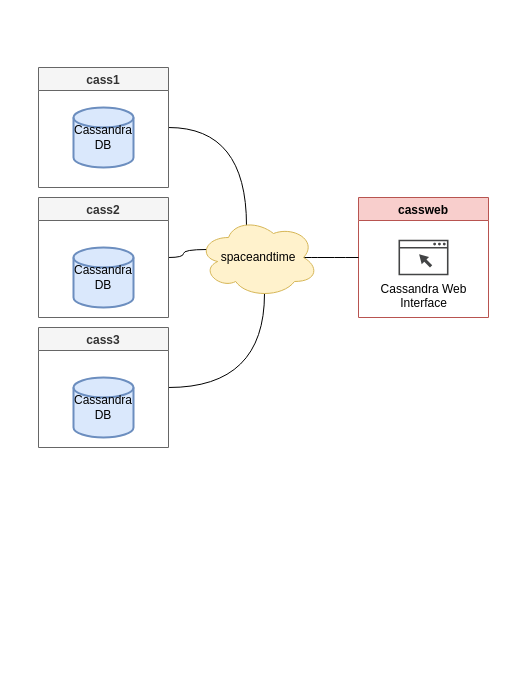
Miracle-Fruit/kikeriki keeps this draw.io diagram as architecture.drawio. Above is the earlier version. Source tidied: cells renumbered, new cells numbered last; positions are measured from the earlier drawing's top-left corner, leaving out a move shared by most shapes. Both pictures are drawn from the tidied source at 100%, with x=0, y=0 at pixel (38, 67).
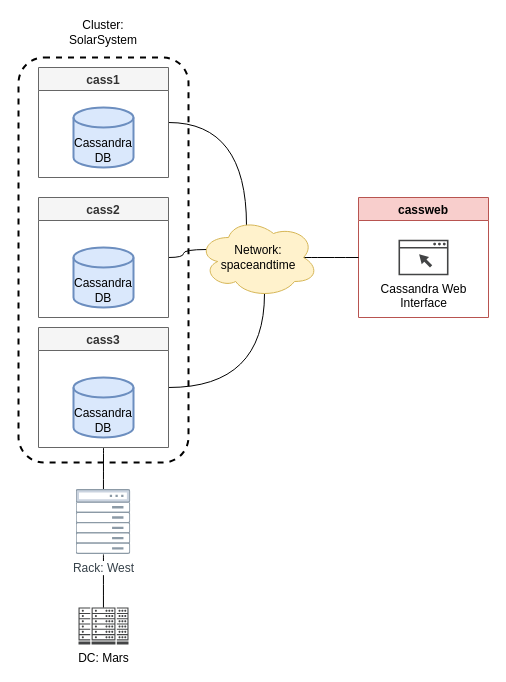
The same diagram, later.

The change refers to these unchanged cells:
```xml
<mxCell id="6" value="cass2" style="swimlane;fillColor=#f5f5f5;fontColor=#333333;strokeColor=#666666;" parent="1" vertex="1">
  <mxGeometry y="130" width="130" height="120" as="geometry" />
</mxCell>
<mxCell id="9" value="cass3" style="swimlane;fillColor=#f5f5f5;fontColor=#333333;strokeColor=#666666;" parent="1" vertex="1">
  <mxGeometry y="260" width="130" height="120" as="geometry" />
</mxCell>
```

What changed in the source:
```diff
@@
     <mxCell id="3" value="cass1" style="swimlane;fillColor=#f5f5f5;fontColor=#333333;strokeColor=#666666;" parent="1" vertex="1">
-      <mxGeometry width="130" height="120" as="geometry" />
+      <mxGeometry width="130" height="110" as="geometry" />
     </mxCell>
+    <mxCell id="15" style="rounded=1;whiteSpace=wrap;html=1;fillColor=none;glass=0;shadow=0;sketch=0;strokeWidth=2;dashed=1;" parent="3" vertex="1">
+      <mxGeometry x="-20" y="-10" width="170" height="405" as="geometry" />
+    </mxCell>
-    <mxCell id="4" value="Cassandra&lt;br&gt;DB" style="strokeWidth=2;html=1;shape=mxgraph.flowchart.database;whiteSpace=wrap;fillColor=#dae8fc;strokeColor=#6c8ebf;" parent="3" vertex="1">
+    <mxCell id="4" value="Cassandra&lt;br&gt;DB" style="strokeWidth=2;html=1;shape=mxgraph.flowchart.database;whiteSpace=wrap;fillColor=#dae8fc;strokeColor=#6c8ebf;verticalAlign=bottom;" parent="3" vertex="1">
       <mxGeometry x="35" y="40" width="60" height="60" as="geometry" />
     </mxCell>
@@
-    <mxCell id="7" value="Cassandra&lt;br&gt;DB" style="strokeWidth=2;html=1;shape=mxgraph.flowchart.database;whiteSpace=wrap;fillColor=#dae8fc;strokeColor=#6c8ebf;" parent="6" vertex="1">
+    <mxCell id="7" value="Cassandra&lt;br&gt;DB" style="strokeWidth=2;html=1;shape=mxgraph.flowchart.database;whiteSpace=wrap;fillColor=#dae8fc;strokeColor=#6c8ebf;verticalAlign=bottom;" parent="6" vertex="1">
       <mxGeometry x="35" y="50" width="60" height="60" as="geometry" />
     </mxCell>
@@
+    <mxCell id="16" style="edgeStyle=orthogonalEdgeStyle;curved=1;html=1;exitX=0.5;exitY=1;exitDx=0;exitDy=0;entryX=0.5;entryY=0;entryDx=0;entryDy=0;startArrow=none;startFill=0;endArrow=none;endFill=0;" parent="1" edge="1" source="9" target="19">
+      <mxGeometry relative="1" as="geometry" />
+    </mxCell>
@@
-    <mxCell id="10" value="Cassandra&lt;br&gt;DB" style="strokeWidth=2;html=1;shape=mxgraph.flowchart.database;whiteSpace=wrap;fillColor=#dae8fc;strokeColor=#6c8ebf;" parent="9" vertex="1">
+    <mxCell id="10" value="Cassandra&lt;br&gt;DB" style="strokeWidth=2;html=1;shape=mxgraph.flowchart.database;whiteSpace=wrap;fillColor=#dae8fc;strokeColor=#6c8ebf;verticalAlign=bottom;" parent="9" vertex="1">
       <mxGeometry x="35" y="50" width="60" height="60" as="geometry" />
     </mxCell>
@@
-    <mxCell id="14" value="spaceandtime" style="ellipse;shape=cloud;whiteSpace=wrap;html=1;fillColor=#fff2cc;strokeColor=#d6b656;" parent="1" vertex="1">
+    <mxCell id="14" value="Network:&lt;br&gt;spaceandtime" style="ellipse;shape=cloud;whiteSpace=wrap;html=1;fillColor=#fff2cc;strokeColor=#d6b656;" parent="1" vertex="1">
       <mxGeometry x="160" y="150" width="120" height="80" as="geometry" />
     </mxCell>
+    <mxCell id="17" value="DC: Mars" style="sketch=0;shadow=0;dashed=0;html=1;strokeColor=none;fillColor=#434445;labelPosition=center;verticalLabelPosition=bottom;verticalAlign=top;align=center;outlineConnect=0;shape=mxgraph.vvd.datacenter;" parent="1" vertex="1">
+      <mxGeometry x="40" y="540" width="50" height="37" as="geometry" />
+    </mxCell>
+    <mxCell id="18" style="edgeStyle=orthogonalEdgeStyle;curved=1;html=1;exitX=0.5;exitY=1;exitDx=0;exitDy=0;startArrow=none;startFill=0;endArrow=none;endFill=0;" parent="1" edge="1" source="19" target="17">
+      <mxGeometry relative="1" as="geometry" />
+    </mxCell>
+    <mxCell id="19" value="Rack: West" style="perimeter=ellipsePerimeter;html=1;align=center;fontSize=12;verticalAlign=top;fontColor=#364149;shadow=0;dashed=0;image;image=img/lib/cumulus/rack_bare_metal.svg;fillColor=none;" parent="1" vertex="1">
+      <mxGeometry x="37.6" y="422" width="54.7" height="65" as="geometry" />
+    </mxCell>
+    <mxCell id="20" value="Cluster: SolarSystem" style="text;html=1;strokeColor=none;fillColor=none;align=center;verticalAlign=middle;whiteSpace=wrap;rounded=0;shadow=0;glass=0;dashed=1;sketch=0;" parent="1" vertex="1">
+      <mxGeometry x="35" y="-50" width="60" height="30" as="geometry" />
+    </mxCell>
```
